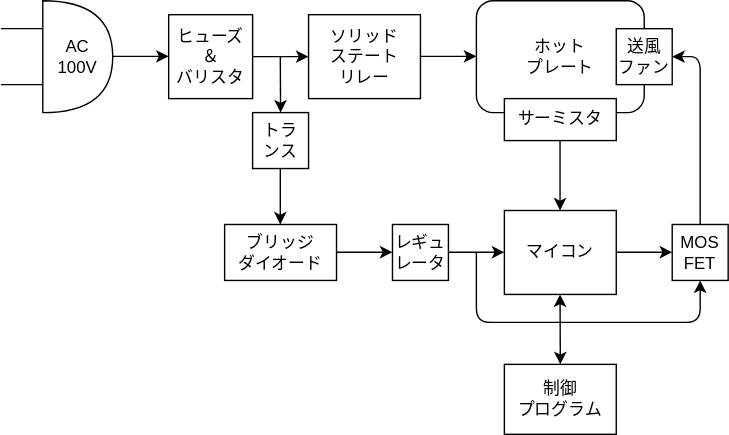
Before: Lab/Electronics/HotplateReflow/img/about.dio.svg, a diagram exported from draw.io (amane-uehara/kanade-k-1228.github.io). Source tidied: cells renumbered, new cells last; positions are measured from the earlier drawing's top-left corner, leaving out a move shared by most shapes.
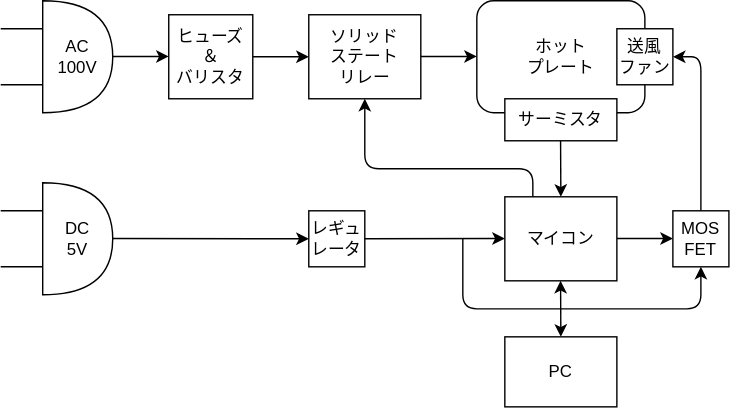
The same file after the commit.

Diff of the diagram source:
```diff
@@ -17,14 +17,8 @@
         <mxPoint x="30" y="60" as="targetPoint" />
       </mxGeometry>
     </mxCell>
-    <mxCell id="5" value="トラ&lt;br&gt;ンス" style="whiteSpace=wrap;html=1;" parent="1" vertex="1">
-      <mxGeometry x="180" y="80" width="40" height="40" as="geometry" />
-    </mxCell>
-    <mxCell id="6" value="ブリッジ&lt;br&gt;ダイオード" style="rounded=0;whiteSpace=wrap;html=1;" parent="1" vertex="1">
-      <mxGeometry x="160" y="160" width="80" height="40" as="geometry" />
-    </mxCell>
     <mxCell id="7" value="レギュ&lt;br&gt;レータ" style="rounded=0;whiteSpace=wrap;html=1;" parent="1" vertex="1">
-      <mxGeometry x="280" y="160" width="40" height="40" as="geometry" />
+      <mxGeometry x="220" y="150" width="40" height="40" as="geometry" />
     </mxCell>
     <mxCell id="8" value="ホット&lt;br&gt;プレート" style="rounded=1;whiteSpace=wrap;html=1;" parent="1" vertex="1">
       <mxGeometry x="340" width="120" height="80" as="geometry" />
@@ -36,13 +30,13 @@
       <mxGeometry x="360" y="70" width="80" height="30" as="geometry" />
     </mxCell>
     <mxCell id="11" value="マイコン" style="rounded=0;whiteSpace=wrap;html=1;" parent="1" vertex="1">
-      <mxGeometry x="360" y="150" width="80" height="60" as="geometry" />
+      <mxGeometry x="360" y="140" width="80" height="60" as="geometry" />
     </mxCell>
     <mxCell id="12" value="送風&lt;br&gt;ファン" style="rounded=0;whiteSpace=wrap;html=1;" parent="1" vertex="1">
       <mxGeometry x="440" y="20" width="40" height="40" as="geometry" />
     </mxCell>
     <mxCell id="13" value="MOS&lt;br&gt;FET" style="rounded=0;whiteSpace=wrap;html=1;" parent="1" vertex="1">
-      <mxGeometry x="480" y="160" width="40" height="40" as="geometry" />
+      <mxGeometry x="480" y="150" width="40" height="40" as="geometry" />
     </mxCell>
     <mxCell id="14" style="endArrow=classic;html=1;" parent="1" edge="1">
       <mxGeometry relative="1" as="geometry">
@@ -50,24 +44,6 @@
         <mxPoint x="220" y="40" as="targetPoint" />
       </mxGeometry>
     </mxCell>
-    <mxCell id="15" style="endArrow=classic;html=1;" parent="1" edge="1">
-      <mxGeometry relative="1" as="geometry">
-        <mxPoint x="199.8" y="40" as="sourcePoint" />
-        <mxPoint x="200" y="80" as="targetPoint" />
-      </mxGeometry>
-    </mxCell>
-    <mxCell id="16" style="endArrow=classic;html=1;" parent="1" edge="1">
-      <mxGeometry relative="1" as="geometry">
-        <mxPoint x="199.8" y="120" as="sourcePoint" />
-        <mxPoint x="199.8" y="160" as="targetPoint" />
-      </mxGeometry>
-    </mxCell>
-    <mxCell id="17" style="endArrow=classic;html=1;" parent="1" edge="1">
-      <mxGeometry relative="1" as="geometry">
-        <mxPoint x="240" y="179.8" as="sourcePoint" />
-        <mxPoint x="280" y="179.8" as="targetPoint" />
-      </mxGeometry>
-    </mxCell>
     <mxCell id="18" style="endArrow=classic;html=1;" parent="1" edge="1">
       <mxGeometry relative="1" as="geometry">
         <mxPoint x="300" y="39.8" as="sourcePoint" />
@@ -76,23 +52,23 @@
     </mxCell>
     <mxCell id="19" style="endArrow=classic;html=1;" parent="1" edge="1">
       <mxGeometry relative="1" as="geometry">
-        <mxPoint x="320" y="179.8" as="sourcePoint" />
-        <mxPoint x="360" y="179.8" as="targetPoint" />
+        <mxPoint x="260" y="170" as="sourcePoint" />
+        <mxPoint x="360" y="169.8" as="targetPoint" />
       </mxGeometry>
     </mxCell>
     <mxCell id="20" style="endArrow=classic;html=1;" parent="1" edge="1">
       <mxGeometry relative="1" as="geometry">
-        <mxPoint x="340" y="180" as="sourcePoint" />
-        <mxPoint x="500" y="200" as="targetPoint" />
+        <mxPoint x="330" y="170" as="sourcePoint" />
+        <mxPoint x="500" y="190" as="targetPoint" />
         <Array as="points">
-          <mxPoint x="340" y="230" />
-          <mxPoint x="500" y="230" />
+          <mxPoint x="330" y="220" />
+          <mxPoint x="500" y="220" />
         </Array>
       </mxGeometry>
     </mxCell>
     <mxCell id="21" style="endArrow=classic;html=1;" parent="1" edge="1">
       <mxGeometry relative="1" as="geometry">
-        <mxPoint x="500" y="160" as="sourcePoint" />
+        <mxPoint x="500" y="150" as="sourcePoint" />
         <mxPoint x="480" y="40" as="targetPoint" />
         <Array as="points">
           <mxPoint x="500" y="40" />
@@ -102,13 +78,13 @@
     <mxCell id="22" style="endArrow=classic;html=1;" parent="1" edge="1">
       <mxGeometry relative="1" as="geometry">
         <mxPoint x="399.8" y="100" as="sourcePoint" />
-        <mxPoint x="399.8" y="150" as="targetPoint" />
+        <mxPoint x="400" y="140" as="targetPoint" />
       </mxGeometry>
     </mxCell>
     <mxCell id="23" style="endArrow=classic;html=1;" parent="1" edge="1">
       <mxGeometry relative="1" as="geometry">
-        <mxPoint x="440" y="179.8" as="sourcePoint" />
-        <mxPoint x="480" y="179.8" as="targetPoint" />
+        <mxPoint x="440" y="169.8" as="sourcePoint" />
+        <mxPoint x="480" y="169.8" as="targetPoint" />
       </mxGeometry>
     </mxCell>
     <mxCell id="24" value="ヒューズ&lt;br&gt;＆&lt;br&gt;バリスタ" style="rounded=0;whiteSpace=wrap;html=1;" parent="1" vertex="1">
@@ -122,12 +98,43 @@
     </mxCell>
     <mxCell id="26" style="endArrow=classic;startArrow=classic;html=1;" parent="1" edge="1">
       <mxGeometry relative="1" as="geometry">
-        <mxPoint x="400" y="260" as="sourcePoint" />
-        <mxPoint x="399.8" y="210" as="targetPoint" />
+        <mxPoint x="400" y="240" as="sourcePoint" />
+        <mxPoint x="399.8" y="200" as="targetPoint" />
       </mxGeometry>
     </mxCell>
-    <mxCell id="27" value="制御&lt;br&gt;プログラム" style="rounded=0;whiteSpace=wrap;html=1;" parent="1" vertex="1">
-      <mxGeometry x="360" y="260" width="80" height="50" as="geometry" />
+    <mxCell id="27" value="PC" style="rounded=0;whiteSpace=wrap;html=1;" parent="1" vertex="1">
+      <mxGeometry x="360" y="240" width="80" height="50" as="geometry" />
     </mxCell>
+    <mxCell id="28" style="endArrow=classic;html=1;" parent="1" edge="1">
+      <mxGeometry relative="1" as="geometry">
+        <mxPoint x="380" y="140" as="sourcePoint" />
+        <mxPoint x="260" y="70" as="targetPoint" />
+        <Array as="points">
+          <mxPoint x="380" y="120" />
+          <mxPoint x="260" y="120" />
+        </Array>
+      </mxGeometry>
+    </mxCell>
+    <mxCell id="29" style="endArrow=none;html=1;" parent="1" edge="1">
+      <mxGeometry relative="1" as="geometry">
+        <mxPoint y="150" as="sourcePoint" />
+        <mxPoint x="30" y="150" as="targetPoint" />
+      </mxGeometry>
+    </mxCell>
+    <mxCell id="30" value="DC&lt;br&gt;5V" style="shape=or;whiteSpace=wrap;html=1;" parent="1" vertex="1">
+      <mxGeometry x="30" y="130" width="50" height="80" as="geometry" />
+    </mxCell>
+    <mxCell id="31" style="endArrow=none;html=1;" parent="1" edge="1">
+      <mxGeometry relative="1" as="geometry">
+        <mxPoint y="190" as="sourcePoint" />
+        <mxPoint x="30" y="190" as="targetPoint" />
+      </mxGeometry>
+    </mxCell>
+    <mxCell id="32" style="endArrow=classic;html=1;" parent="1" edge="1">
+      <mxGeometry relative="1" as="geometry">
+        <mxPoint x="80" y="169.8" as="sourcePoint" />
+        <mxPoint x="220" y="170" as="targetPoint" />
+      </mxGeometry>
+    </mxCell>
   </root>
 </mxGraphModel>
```
